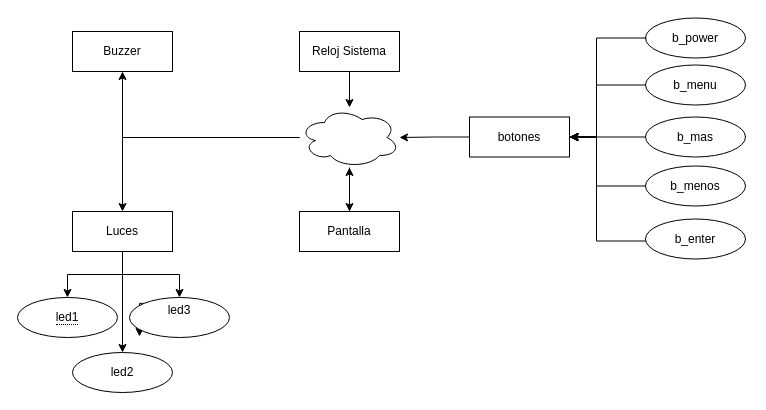
This is page "esq_Partes" (1 of 3) of despertadorSolar.drawio from jormiDev/despertadorSolar, a draw.io file, before an edit. Source tidied: cells renumbered, new cells numbered last; positions are measured from the earlier drawing's top-left corner, leaving out a move shared by most shapes. Both pictures are drawn from the tidied source at 100%, with x=0, y=0 at pixel (17, 18).
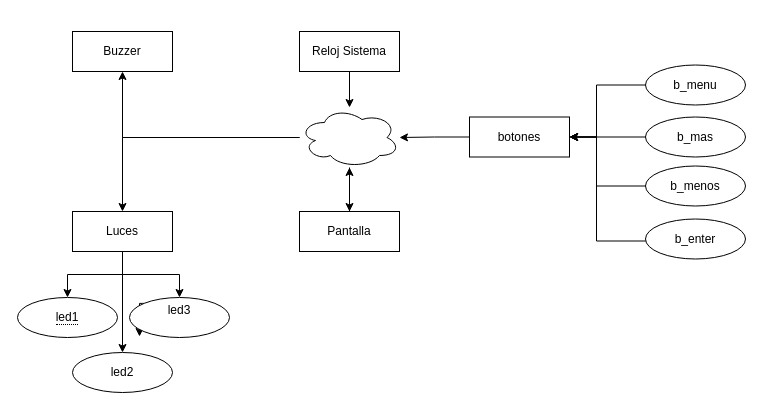
The same page after the edit.

Unchanged cells that the change refers to:
```xml
<mxCell id="20" style="group;" parent="1" vertex="1">
  <mxGeometry x="452" y="-0.5" width="279" height="241" as="geometry" />
</mxCell>
```

The edit, as a diff of the source:
```diff
@@
-    <mxCell id="21" value="b_power" style="ellipse;whiteSpace=wrap;html=1;align=center;" parent="20" vertex="1">
-      <mxGeometry x="176" width="100" height="40" as="geometry" />
-    </mxCell>
@@
-    <mxCell id="26" style="edgeStyle=orthogonalEdgeStyle;rounded=0;orthogonalLoop=1;jettySize=auto;html=1;entryX=0;entryY=0.5;entryDx=0;entryDy=0;" parent="20" edge="1">
-      <mxGeometry relative="1" as="geometry">
-        <mxPoint x="177" y="20" as="sourcePoint" />
-        <mxPoint x="101" y="119" as="targetPoint" />
-        <Array as="points">
-          <mxPoint x="127" y="20" />
-          <mxPoint x="127" y="119" />
-        </Array>
-      </mxGeometry>
-    </mxCell>
```
